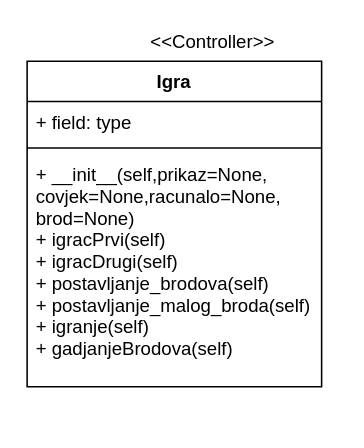
LukaFarkas99/Battleship keeps this draw.io diagram as page "Dijagram klasa kontrolera Bettleship" (10 of 10) of Dijagram.drawio. Above is the earlier version. Source tidied: cells renumbered, new cells numbered last; positions are measured from the earlier drawing's top-left corner, leaving out a move shared by most shapes. Both pictures are drawn from the tidied source at 155%, with x=0, y=0 at pixel (26, 26).
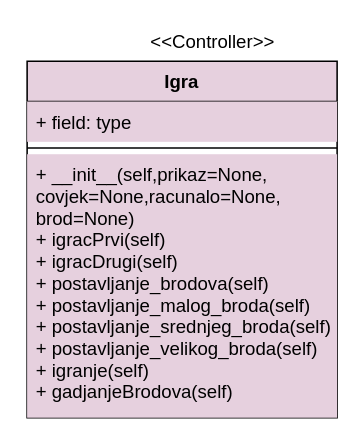
Above is the later version.

Change to the diagram source:
```diff
@@
 <mxGraphModel>
   <root>
     <mxCell id="0" />
     <mxCell id="1" parent="0" />
-    <mxCell id="2" value="Igra" style="swimlane;fontStyle=1;align=center;verticalAlign=top;horizontal=1;startSize=26;" parent="1" vertex="1">
-      <mxGeometry y="22" width="190" height="210" as="geometry" />
+    <mxCell id="2" value="Igra" style="swimlane;fontStyle=1;align=center;verticalAlign=top;horizontal=1;startSize=26;fillColor=#E6D0DE;" parent="1" vertex="1">
+      <mxGeometry y="22" width="200" height="230" as="geometry" />
     </mxCell>
-    <mxCell id="3" value="+ field: type" style="text;strokeColor=none;fillColor=none;align=left;verticalAlign=top;spacingLeft=4;spacingRight=4;overflow=hidden;" parent="2" vertex="1">
-      <mxGeometry y="26" width="190" height="26" as="geometry" />
+    <mxCell id="3" value="+ field: type" style="text;strokeColor=none;fillColor=#E6D0DE;align=left;verticalAlign=top;spacingLeft=4;spacingRight=4;overflow=hidden;" parent="2" vertex="1">
+      <mxGeometry y="26" width="200" height="26" as="geometry" />
     </mxCell>
-    <mxCell id="4" style="line;strokeWidth=1;fillColor=none;align=left;verticalAlign=middle;spacingTop=-1;spacingLeft=3;spacingRight=3;labelPosition=right;" parent="2" vertex="1">
-      <mxGeometry y="52" width="190" height="8" as="geometry" />
+    <mxCell id="4" style="line;strokeWidth=1;fillColor=#E6D0DE;align=left;verticalAlign=middle;spacingTop=-1;spacingLeft=3;spacingRight=3;labelPosition=right;" parent="2" vertex="1">
+      <mxGeometry y="52" width="200" height="8" as="geometry" />
     </mxCell>
-    <mxCell id="5" value="+ __init__(self,prikaz=None,&#10;covjek=None,racunalo=None,&#10;brod=None)&#10;+ igracPrvi(self)&#10;+ igracDrugi(self)&#10;+ postavljanje_brodova(self)&#10;+ postavljanje_malog_broda(self)&#10;+ igranje(self)&#10;+ gadjanjeBrodova(self)" style="text;strokeColor=none;fillColor=none;align=left;verticalAlign=top;spacingLeft=4;spacingRight=4;overflow=hidden;" parent="2" vertex="1">
-      <mxGeometry y="60" width="190" height="150" as="geometry" />
+    <mxCell id="5" value="+ __init__(self,prikaz=None,&#10;covjek=None,racunalo=None,&#10;brod=None)&#10;+ igracPrvi(self)&#10;+ igracDrugi(self)&#10;+ postavljanje_brodova(self)&#10;+ postavljanje_malog_broda(self)&#10;+ postavljanje_srednjeg_broda(self)&#10;+ postavljanje_velikog_broda(self)&#10;+ igranje(self)&#10;+ gadjanjeBrodova(self)" style="text;strokeColor=none;fillColor=#E6D0DE;align=left;verticalAlign=top;spacingLeft=4;spacingRight=4;overflow=hidden;" parent="2" vertex="1">
+      <mxGeometry y="60" width="200" height="170" as="geometry" />
     </mxCell>
-    <mxCell id="6" value="&amp;lt;&amp;lt;Controller&amp;gt;&amp;gt;" style="text;html=1;strokeColor=none;fillColor=none;align=center;verticalAlign=middle;whiteSpace=wrap;rounded=0;" parent="1" vertex="1">
+    <mxCell id="6" value="&amp;lt;&amp;lt;Controller&amp;gt;&amp;gt;" style="text;html=1;strokeColor=none;fillColor=#FFFFFF;align=center;verticalAlign=middle;whiteSpace=wrap;rounded=0;" parent="1" vertex="1">
       <mxGeometry x="100" width="40" height="20" as="geometry" />
     </mxCell>
   </root>
 </mxGraphModel>
```
